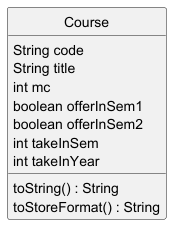
Before: docs/class_diagrams/CourseClassDiagram.png, a diagram exported from PlantUML (SahejAgarwal05/tp). Source of this version:
```plantuml
@startuml
hide circle
skinparam classAttributeIconSize 0

class Course {
String code
String title
int mc
boolean offerInSem1
boolean offerInSem2
int takeInSem
int takeInYear
toString() : String
toStoreFormat() : String
}

@enduml
```
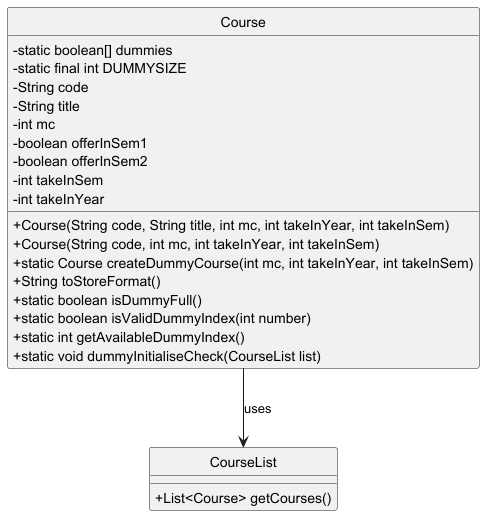
After the change.

What changed in the source:
```diff
@@ -1,17 +1,29 @@
 @startuml
 hide circle
 skinparam classAttributeIconSize 0
+class Course {
+    - static boolean[] dummies
+    - static final int DUMMYSIZE
+    - String code
+    - String title
+    - int mc
+    - boolean offerInSem1
+    - boolean offerInSem2
+    - int takeInSem
+    - int takeInYear
 
-class Course {
-String code
-String title
-int mc
-boolean offerInSem1
-boolean offerInSem2
-int takeInSem
-int takeInYear
-toString() : String
-toStoreFormat() : String
+    + Course(String code, String title, int mc, int takeInYear, int takeInSem)
+    + Course(String code, int mc, int takeInYear, int takeInSem)
+    + static Course createDummyCourse(int mc, int takeInYear, int takeInSem)
+    + String toStoreFormat()
+    + static boolean isDummyFull()
+    + static boolean isValidDummyIndex(int number)
+    + static int getAvailableDummyIndex()
+    + static void dummyInitialiseCheck(CourseList list)
 }
 
+class CourseList {
+    + List<Course> getCourses()
+}
+Course --> CourseList : uses
 @enduml
```
